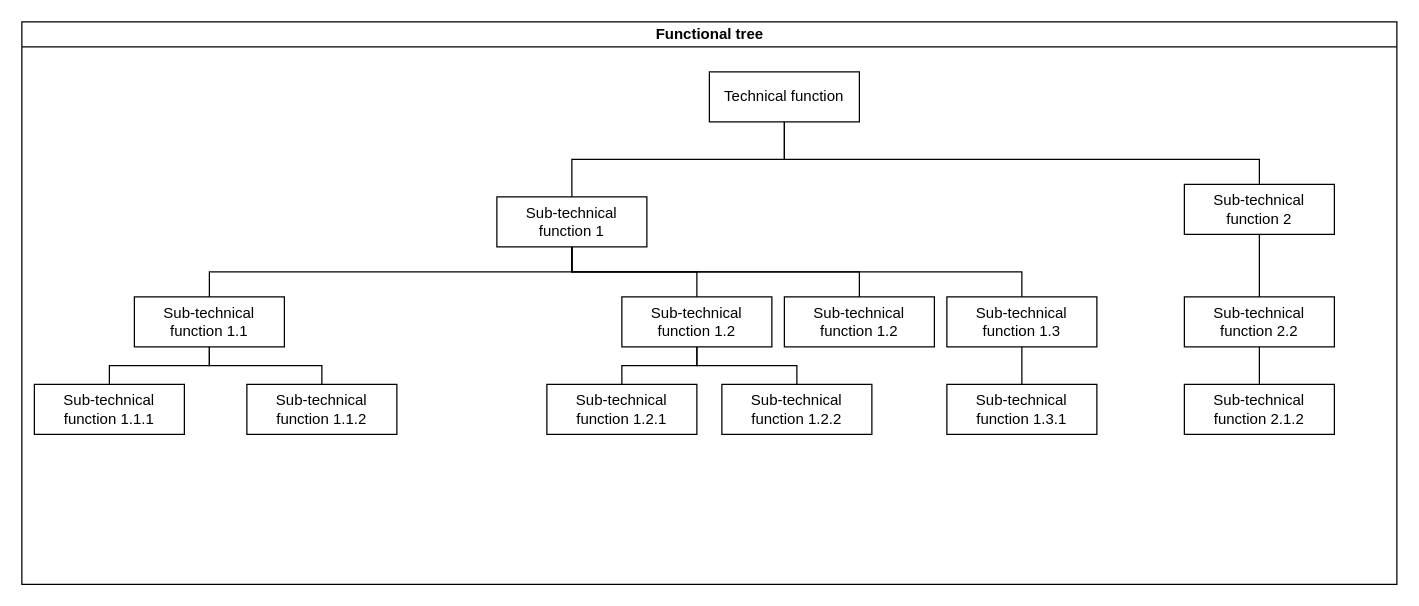
Before: Functional tree for template.drawio in amerezoji1362/drawio-github, a draw.io diagram. Source tidied: cells renumbered, new cells numbered last; positions are measured from the earlier drawing's top-left corner, leaving out a move shared by most shapes. Both pictures are drawn from the tidied source at 125%, with x=0, y=0 at pixel (21, 21).
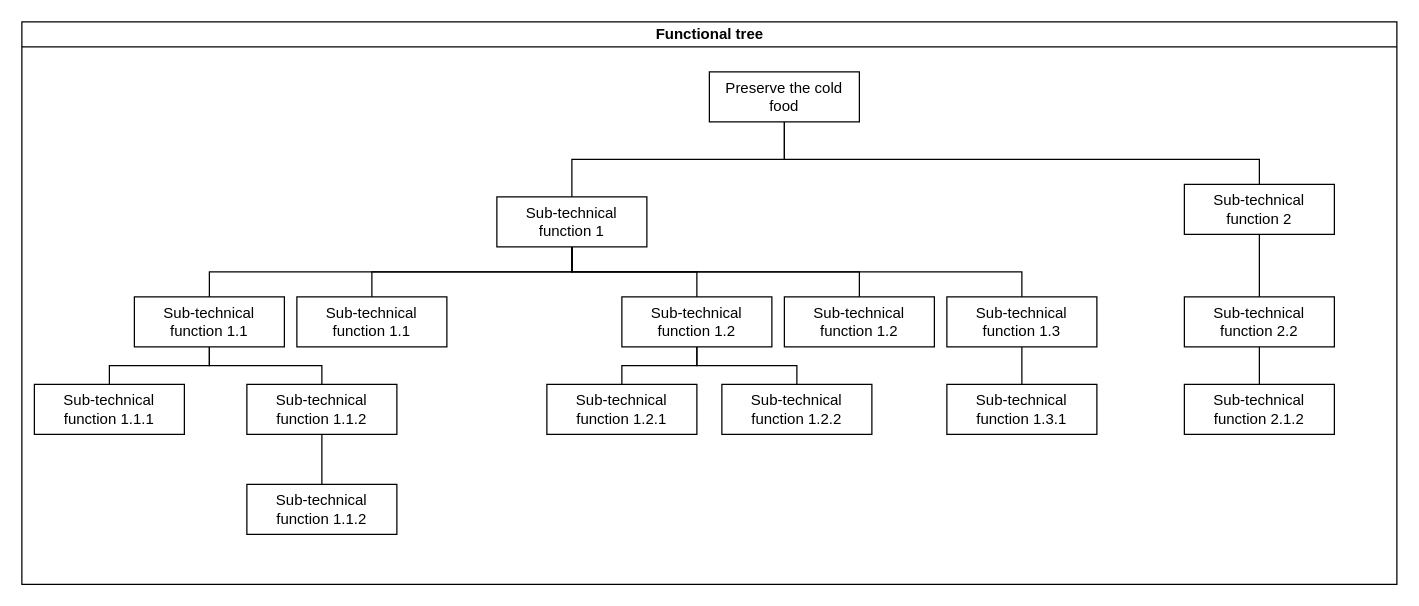
Above is the later version.

The change refers to these unchanged cells:
```xml
<mxCell id="2" value="Functional tree" style="swimlane;html=1;startSize=20;horizontal=1;containerType=tree;" parent="1" vertex="1">
  <mxGeometry width="1100" height="450" as="geometry" />
</mxCell>
<mxCell id="5" value="Sub-technical function 1" style="whiteSpace=wrap;html=1;newEdgeStyle={&quot;edgeStyle&quot;:&quot;elbowEdgeStyle&quot;,&quot;startArrow&quot;:&quot;none&quot;,&quot;endArrow&quot;:&quot;none&quot;};" parent="2" vertex="1">
  <mxGeometry x="380" y="140" width="120" height="40" as="geometry" />
</mxCell>
<mxCell id="19" value="Sub-technical function 1.1.2" style="whiteSpace=wrap;html=1;newEdgeStyle={&quot;edgeStyle&quot;:&quot;elbowEdgeStyle&quot;,&quot;startArrow&quot;:&quot;none&quot;,&quot;endArrow&quot;:&quot;none&quot;};" parent="2" vertex="1">
  <mxGeometry x="180" y="290" width="120" height="40" as="geometry" />
</mxCell>
```

Change to the diagram source:
```diff
@@
-    <mxCell id="4" value="Technical function " style="whiteSpace=wrap;html=1;newEdgeStyle={&quot;edgeStyle&quot;:&quot;elbowEdgeStyle&quot;,&quot;startArrow&quot;:&quot;none&quot;,&quot;endArrow&quot;:&quot;none&quot;};" parent="2" vertex="1">
+    <mxCell id="4" value="Preserve the cold food" style="whiteSpace=wrap;html=1;newEdgeStyle={&quot;edgeStyle&quot;:&quot;elbowEdgeStyle&quot;,&quot;startArrow&quot;:&quot;none&quot;,&quot;endArrow&quot;:&quot;none&quot;};" parent="2" vertex="1">
       <mxGeometry x="550" y="40" width="120" height="40" as="geometry" />
     </mxCell>
@@
+    <mxCell id="30" style="edgeStyle=elbowEdgeStyle;elbow=vertical;startArrow=none;endArrow=none;rounded=0;" parent="2" edge="1" source="5" target="31">
+      <mxGeometry relative="1" as="geometry" />
+    </mxCell>
+    <mxCell id="31" value="Sub-technical function 1.1" style="whiteSpace=wrap;html=1;newEdgeStyle={&quot;edgeStyle&quot;:&quot;elbowEdgeStyle&quot;,&quot;startArrow&quot;:&quot;none&quot;,&quot;endArrow&quot;:&quot;none&quot;};" parent="2" vertex="1">
+      <mxGeometry x="220" y="220" width="120" height="40" as="geometry" />
+    </mxCell>
+    <mxCell id="32" style="edgeStyle=elbowEdgeStyle;elbow=vertical;startArrow=none;endArrow=none;rounded=0;" parent="2" edge="1" source="19" target="33">
+      <mxGeometry relative="1" as="geometry" />
+    </mxCell>
+    <mxCell id="33" value="Sub-technical function 1.1.2" style="whiteSpace=wrap;html=1;newEdgeStyle={&quot;edgeStyle&quot;:&quot;elbowEdgeStyle&quot;,&quot;startArrow&quot;:&quot;none&quot;,&quot;endArrow&quot;:&quot;none&quot;};" parent="2" vertex="1">
+      <mxGeometry x="180" y="370" width="120" height="40" as="geometry" />
+    </mxCell>
```
